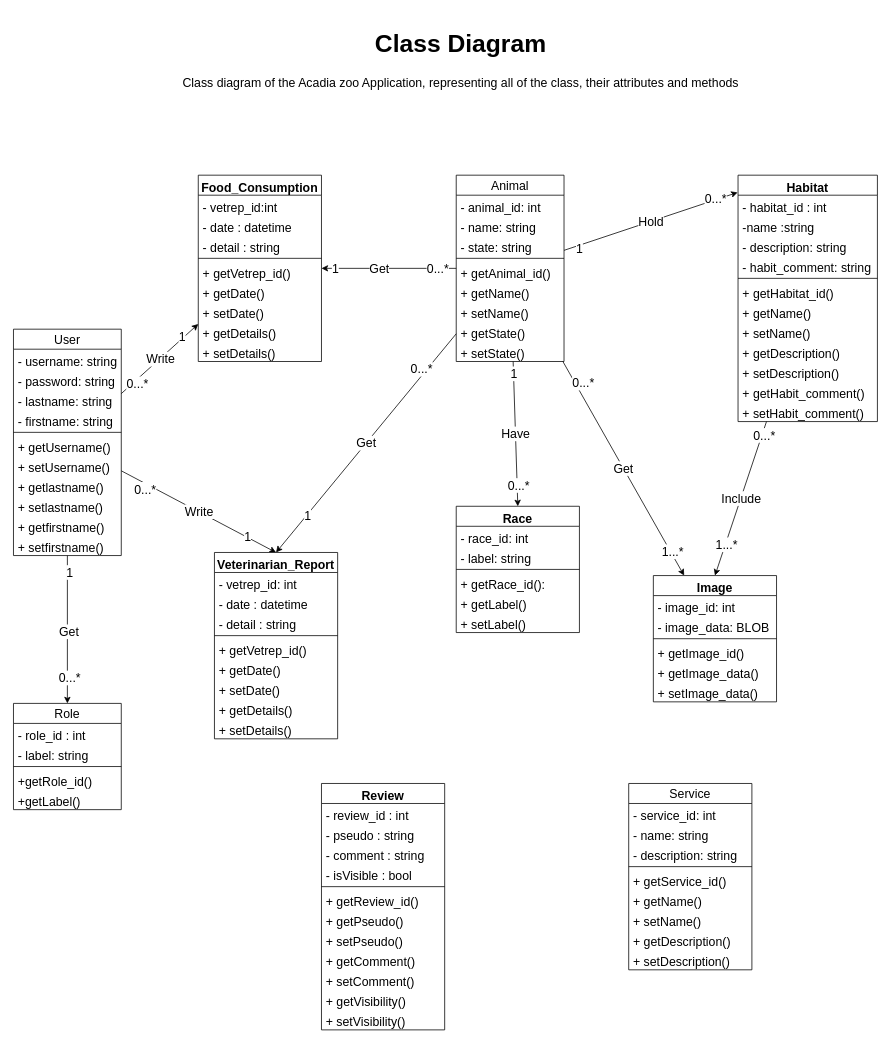
Abdelilah611/my-zoo-web-app keeps this draw.io diagram as .docs/UML/class_diagram.drawio. Above is the earlier version. Source tidied: cells renumbered, new cells numbered last; positions are measured from the earlier drawing's top-left corner, leaving out a move shared by most shapes. Both pictures are drawn from the tidied source at 77%, with x=0, y=0 at pixel (13, 21).
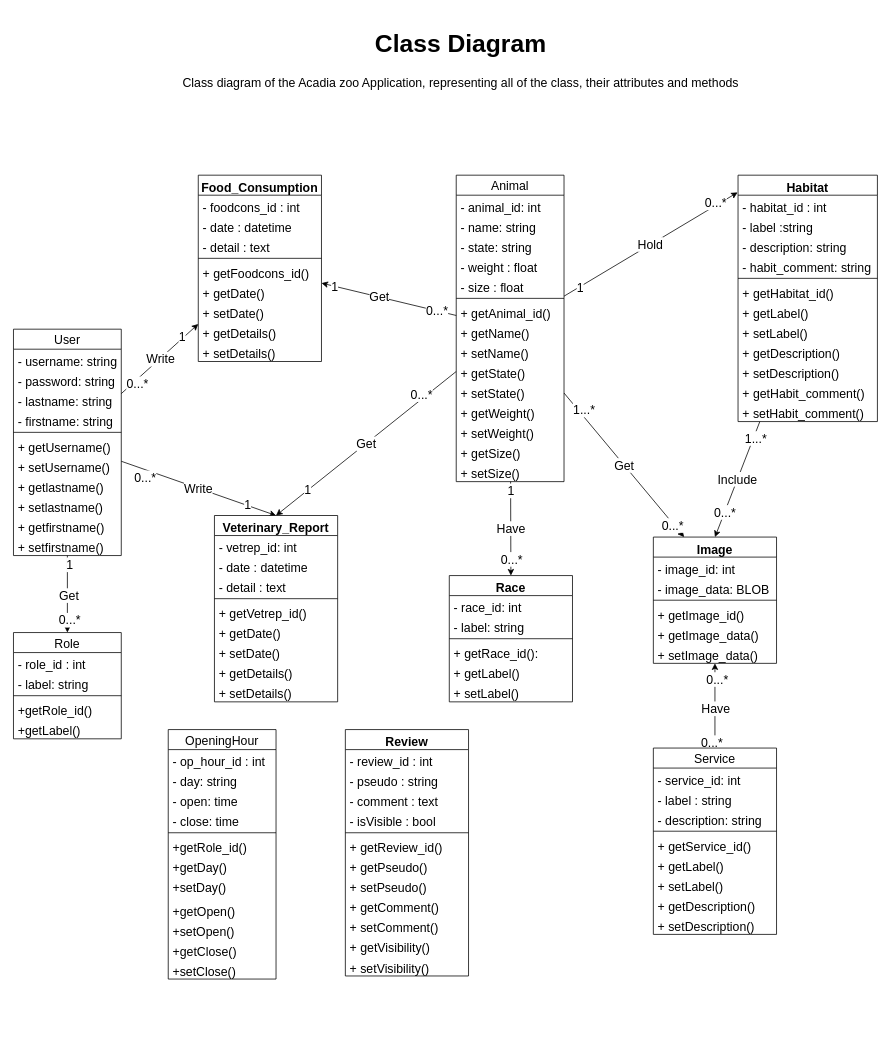
Above is the later version.

Unchanged cells that the change refers to:
```xml
<mxCell id="43" value="Hold" style="edgeStyle=none;html=1;entryX=-0.003;entryY=0.07;entryDx=0;entryDy=0;entryPerimeter=0;fontSize=16;startArrow=none;startFill=0;endArrow=classic;endFill=1;" parent="1" edge="1" source="49" target="79">
  <mxGeometry relative="1" as="geometry" />
</mxCell>
<mxCell id="46" value="Get" style="edgeStyle=none;html=1;entryX=0.25;entryY=0;entryDx=0;entryDy=0;fontSize=16;startArrow=none;startFill=0;endArrow=classic;endFill=1;" parent="1" edge="1" source="49" target="92">
  <mxGeometry relative="1" as="geometry" />
</mxCell>
<mxCell id="76" value="Include" style="edgeStyle=none;html=1;entryX=0.5;entryY=0;entryDx=0;entryDy=0;fontSize=16;startArrow=none;startFill=0;endArrow=classic;endFill=1;" parent="1" edge="1" source="79" target="92">
  <mxGeometry relative="1" as="geometry" />
</mxCell>
<mxCell id="79" value="Habitat" style="swimlane;fontStyle=1;align=center;verticalAlign=top;horizontal=1;startSize=26;fontSize=16;" parent="1" vertex="1">
  <mxGeometry x="941" y="200" width="181" height="320" as="geometry" />
</mxCell>
<mxCell id="115" value="Food_Consumption" style="swimlane;fontStyle=1;align=center;verticalAlign=top;horizontal=1;startSize=26;fontSize=16;" parent="1" vertex="1">
  <mxGeometry x="240" y="200" width="160" height="242" as="geometry" />
</mxCell>
```

The edit, as a diff of the source:
```diff
@@
     <mxCell id="21" value="Role" style="swimlane;fontStyle=0;horizontal=1;startSize=26;fillColor=none;fontSize=16;" parent="1" vertex="1">
-      <mxGeometry y="886" width="140" height="138" as="geometry" />
+      <mxGeometry y="794" width="140" height="138" as="geometry" />
     </mxCell>
@@
+    <mxCell id="130" style="edgeStyle=none;html=1;" parent="1" edge="1" source="27" target="92">
+      <mxGeometry relative="1" as="geometry" />
+    </mxCell>
+    <mxCell id="131" value="&lt;font style=&quot;font-size: 16px;&quot;&gt;Have&lt;/font&gt;" style="edgeLabel;html=1;align=center;verticalAlign=middle;" parent="130" vertex="1">
+      <mxGeometry x="-0.05" relative="1" as="geometry" />
+    </mxCell>
+    <mxCell id="132" value="0...*" style="edgeLabel;html=1;align=center;verticalAlign=middle;fontSize=16;" parent="130" vertex="1">
+      <mxGeometry x="0.64" y="-2" relative="1" as="geometry" />
+    </mxCell>
+    <mxCell id="133" value="0...*" style="edgeLabel;html=1;align=center;verticalAlign=middle;fontSize=16;" parent="130" vertex="1">
+      <mxGeometry x="-0.65" y="2" relative="1" as="geometry">
+        <mxPoint x="-3" y="11" as="offset" />
+      </mxGeometry>
+    </mxCell>
     <mxCell id="27" value="Service" style="swimlane;fontStyle=0;horizontal=1;startSize=26;fillColor=none;fontSize=16;" parent="1" vertex="1">
-      <mxGeometry x="799" y="990" width="160" height="242" as="geometry" />
+      <mxGeometry x="831" y="944" width="160" height="242" as="geometry" />
     </mxCell>
@@
-    <mxCell id="29" value="- name: string" style="text;strokeColor=none;fillColor=none;align=left;verticalAlign=top;spacingLeft=4;spacingRight=4;overflow=hidden;fontSize=16;" parent="27" vertex="1">
+    <mxCell id="29" value="- label : string" style="text;strokeColor=none;fillColor=none;align=left;verticalAlign=top;spacingLeft=4;spacingRight=4;overflow=hidden;fontSize=16;" parent="27" vertex="1">
       <mxGeometry y="52" width="160" height="26" as="geometry" />
     </mxCell>
@@
-    <mxCell id="33" value="+ getName()" style="text;strokeColor=none;fillColor=none;align=left;verticalAlign=top;spacingLeft=4;spacingRight=4;overflow=hidden;fontSize=16;" parent="27" vertex="1">
+    <mxCell id="33" value="+ getLabel()" style="text;strokeColor=none;fillColor=none;align=left;verticalAlign=top;spacingLeft=4;spacingRight=4;overflow=hidden;fontSize=16;" parent="27" vertex="1">
       <mxGeometry y="138" width="160" height="26" as="geometry" />
     </mxCell>
-    <mxCell id="34" value="+ setName()" style="text;strokeColor=none;fillColor=none;align=left;verticalAlign=top;spacingLeft=4;spacingRight=4;overflow=hidden;fontSize=16;" parent="27" vertex="1">
+    <mxCell id="34" value="+ setLabel()" style="text;strokeColor=none;fillColor=none;align=left;verticalAlign=top;spacingLeft=4;spacingRight=4;overflow=hidden;fontSize=16;" parent="27" vertex="1">
       <mxGeometry y="164" width="160" height="26" as="geometry" />
     </mxCell>
@@
     <mxCell id="45" value="1" style="edgeLabel;html=1;align=center;verticalAlign=middle;fontSize=16;" parent="43" vertex="1">
       <mxGeometry x="-0.86" y="-5" relative="1" as="geometry">
-        <mxPoint x="2" y="-3" as="offset" />
+        <mxPoint x="2" y="-7" as="offset" />
       </mxGeometry>
     </mxCell>
@@
-    <mxCell id="47" value="0...*" style="edgeLabel;html=1;align=center;verticalAlign=middle;fontSize=16;" parent="46" vertex="1">
+    <mxCell id="47" value="1...*" style="edgeLabel;html=1;align=center;verticalAlign=middle;fontSize=16;" parent="46" vertex="1">
       <mxGeometry x="-0.89" y="1" relative="1" as="geometry">
         <mxPoint x="16" y="12" as="offset" />
       </mxGeometry>
     </mxCell>
-    <mxCell id="48" value="1...*" style="edgeLabel;html=1;align=center;verticalAlign=middle;fontSize=16;" parent="46" vertex="1">
+    <mxCell id="48" value="0...*" style="edgeLabel;html=1;align=center;verticalAlign=middle;fontSize=16;" parent="46" vertex="1">
       <mxGeometry x="0.66" y="-2" relative="1" as="geometry">
         <mxPoint x="13" y="15" as="offset" />
       </mxGeometry>
     </mxCell>
     <mxCell id="49" value="Animal" style="swimlane;fontStyle=0;horizontal=1;startSize=26;fillColor=none;fontSize=16;" parent="1" vertex="1">
-      <mxGeometry x="575" y="200" width="140" height="242" as="geometry" />
+      <mxGeometry x="575" y="200" width="140" height="398" as="geometry" />
     </mxCell>
@@
+    <mxCell id="134" value="- weight : float" style="text;strokeColor=none;fillColor=none;align=left;verticalAlign=top;spacingLeft=4;spacingRight=4;overflow=hidden;fontSize=16;" parent="49" vertex="1">
+      <mxGeometry y="104" width="140" height="26" as="geometry" />
+    </mxCell>
+    <mxCell id="135" value="- size : float" style="text;strokeColor=none;fillColor=none;align=left;verticalAlign=top;spacingLeft=4;spacingRight=4;overflow=hidden;fontSize=16;" parent="49" vertex="1">
+      <mxGeometry y="130" width="140" height="26" as="geometry" />
+    </mxCell>
     <mxCell id="53" style="line;strokeWidth=1;fillColor=none;align=left;verticalAlign=middle;spacingTop=-1;spacingLeft=3;spacingRight=3;labelPosition=right;strokeColor=inherit;fontSize=16;" parent="49" vertex="1">
-      <mxGeometry y="104" width="140" height="8" as="geometry" />
+      <mxGeometry y="156" width="140" height="8" as="geometry" />
     </mxCell>
     <mxCell id="54" value="+ getAnimal_id()" style="text;strokeColor=none;fillColor=none;align=left;verticalAlign=top;spacingLeft=4;spacingRight=4;overflow=hidden;fontSize=16;" parent="49" vertex="1">
-      <mxGeometry y="112" width="140" height="26" as="geometry" />
+      <mxGeometry y="164" width="140" height="26" as="geometry" />
     </mxCell>
     <mxCell id="55" value="+ getName()" style="text;strokeColor=none;fillColor=none;align=left;verticalAlign=top;spacingLeft=4;spacingRight=4;overflow=hidden;fontSize=16;" parent="49" vertex="1">
-      <mxGeometry y="138" width="140" height="26" as="geometry" />
+      <mxGeometry y="190" width="140" height="26" as="geometry" />
     </mxCell>
     <mxCell id="56" value="+ setName()" style="text;strokeColor=none;fillColor=none;align=left;verticalAlign=top;spacingLeft=4;spacingRight=4;overflow=hidden;fontSize=16;" parent="49" vertex="1">
-      <mxGeometry y="164" width="140" height="26" as="geometry" />
+      <mxGeometry y="216" width="140" height="26" as="geometry" />
     </mxCell>
     <mxCell id="57" value="+ getState()" style="text;strokeColor=none;fillColor=none;align=left;verticalAlign=top;spacingLeft=4;spacingRight=4;overflow=hidden;fontSize=16;" parent="49" vertex="1">
-      <mxGeometry y="190" width="140" height="26" as="geometry" />
+      <mxGeometry y="242" width="140" height="26" as="geometry" />
     </mxCell>
     <mxCell id="58" value="+ setState()" style="text;strokeColor=none;fillColor=none;align=left;verticalAlign=top;spacingLeft=4;spacingRight=4;overflow=hidden;fontSize=16;" parent="49" vertex="1">
-      <mxGeometry y="216" width="140" height="26" as="geometry" />
+      <mxGeometry y="268" width="140" height="26" as="geometry" />
     </mxCell>
+    <mxCell id="136" value="+ getWeight()" style="text;strokeColor=none;fillColor=none;align=left;verticalAlign=top;spacingLeft=4;spacingRight=4;overflow=hidden;fontSize=16;" parent="49" vertex="1">
+      <mxGeometry y="294" width="140" height="26" as="geometry" />
+    </mxCell>
+    <mxCell id="137" value="+ setWeight()" style="text;strokeColor=none;fillColor=none;align=left;verticalAlign=top;spacingLeft=4;spacingRight=4;overflow=hidden;fontSize=16;" parent="49" vertex="1">
+      <mxGeometry y="320" width="140" height="26" as="geometry" />
+    </mxCell>
+    <mxCell id="138" value="+ getSize()" style="text;strokeColor=none;fillColor=none;align=left;verticalAlign=top;spacingLeft=4;spacingRight=4;overflow=hidden;fontSize=16;" parent="49" vertex="1">
+      <mxGeometry y="346" width="140" height="26" as="geometry" />
+    </mxCell>
+    <mxCell id="139" value="+ setSize()" style="text;strokeColor=none;fillColor=none;align=left;verticalAlign=top;spacingLeft=4;spacingRight=4;overflow=hidden;fontSize=16;" parent="49" vertex="1">
+      <mxGeometry y="372" width="140" height="26" as="geometry" />
+    </mxCell>
-    <mxCell id="59" value="Veterinarian_Report" style="swimlane;fontStyle=1;align=center;verticalAlign=top;horizontal=1;startSize=26;fontSize=16;" parent="1" vertex="1">
-      <mxGeometry x="261" y="690" width="160" height="242" as="geometry" />
+    <mxCell id="59" value="Veterinary_Report" style="swimlane;fontStyle=1;align=center;verticalAlign=top;horizontal=1;startSize=26;fontSize=16;" parent="1" vertex="1">
+      <mxGeometry x="261" y="642" width="160" height="242" as="geometry" />
     </mxCell>
@@
-    <mxCell id="62" value="- detail : string" style="text;strokeColor=none;fillColor=none;align=left;verticalAlign=top;spacingLeft=4;spacingRight=4;overflow=hidden;fontSize=16;" parent="59" vertex="1">
+    <mxCell id="62" value="- detail : text" style="text;strokeColor=none;fillColor=none;align=left;verticalAlign=top;spacingLeft=4;spacingRight=4;overflow=hidden;fontSize=16;" parent="59" vertex="1">
       <mxGeometry y="78" width="160" height="26" as="geometry" />
     </mxCell>
@@
     <mxCell id="69" value="Race" style="swimlane;fontStyle=1;align=center;verticalAlign=top;horizontal=1;startSize=26;fontSize=16;" parent="1" vertex="1">
-      <mxGeometry x="575" y="630" width="160" height="164" as="geometry" />
+      <mxGeometry x="566" y="720" width="160" height="164" as="geometry" />
     </mxCell>
@@
-    <mxCell id="77" value="1...*" style="edgeLabel;html=1;align=center;verticalAlign=middle;fontSize=16;" parent="76" vertex="1">
+    <mxCell id="77" value="0...*" style="edgeLabel;html=1;align=center;verticalAlign=middle;fontSize=16;" parent="76" vertex="1">
       <mxGeometry x="0.7" y="-1" relative="1" as="geometry">
         <mxPoint x="5" y="-10" as="offset" />
       </mxGeometry>
     </mxCell>
-    <mxCell id="78" value="0...*" style="edgeLabel;html=1;align=center;verticalAlign=middle;fontSize=16;" parent="76" vertex="1">
-      <mxGeometry x="-0.83" y="2" relative="1" as="geometry" />
+    <mxCell id="78" value="1...*" style="edgeLabel;html=1;align=center;verticalAlign=middle;fontSize=16;" parent="76" vertex="1">
+      <mxGeometry x="-0.83" y="2" relative="1" as="geometry">
+        <mxPoint x="-3" y="8" as="offset" />
+      </mxGeometry>
     </mxCell>
@@
-    <mxCell id="81" value="-name :string" style="text;strokeColor=none;fillColor=none;align=left;verticalAlign=top;spacingLeft=4;spacingRight=4;overflow=hidden;fontSize=16;" parent="79" vertex="1">
+    <mxCell id="81" value="- label :string" style="text;strokeColor=none;fillColor=none;align=left;verticalAlign=top;spacingLeft=4;spacingRight=4;overflow=hidden;fontSize=16;" parent="79" vertex="1">
       <mxGeometry y="52" width="181" height="26" as="geometry" />
     </mxCell>
@@
-    <mxCell id="86" value="+ getName()" style="text;strokeColor=none;fillColor=none;align=left;verticalAlign=top;spacingLeft=4;spacingRight=4;overflow=hidden;fontSize=16;" parent="79" vertex="1">
+    <mxCell id="86" value="+ getLabel()" style="text;strokeColor=none;fillColor=none;align=left;verticalAlign=top;spacingLeft=4;spacingRight=4;overflow=hidden;fontSize=16;" parent="79" vertex="1">
       <mxGeometry y="164" width="181" height="26" as="geometry" />
     </mxCell>
-    <mxCell id="87" value="+ setName()" style="text;strokeColor=none;fillColor=none;align=left;verticalAlign=top;spacingLeft=4;spacingRight=4;overflow=hidden;fontSize=16;" parent="79" vertex="1">
+    <mxCell id="87" value="+ setLabel()" style="text;strokeColor=none;fillColor=none;align=left;verticalAlign=top;spacingLeft=4;spacingRight=4;overflow=hidden;fontSize=16;" parent="79" vertex="1">
       <mxGeometry y="190" width="181" height="26" as="geometry" />
     </mxCell>
@@
     <mxCell id="92" value="Image" style="swimlane;fontStyle=1;align=center;verticalAlign=top;horizontal=1;startSize=26;fontSize=16;" parent="1" vertex="1">
-      <mxGeometry x="831" y="720" width="160" height="164" as="geometry" />
+      <mxGeometry x="831" y="670" width="160" height="164" as="geometry" />
     </mxCell>
@@
     <mxCell id="99" value="Review" style="swimlane;fontStyle=1;align=center;verticalAlign=top;horizontal=1;startSize=26;fontSize=16;" parent="1" vertex="1">
-      <mxGeometry x="400" y="990" width="160" height="320" as="geometry" />
+      <mxGeometry x="431" y="920" width="160" height="320" as="geometry" />
     </mxCell>
@@
-    <mxCell id="102" value="- comment : string" style="text;strokeColor=none;fillColor=none;align=left;verticalAlign=top;spacingLeft=4;spacingRight=4;overflow=hidden;fontSize=16;" parent="99" vertex="1">
+    <mxCell id="102" value="- comment : text" style="text;strokeColor=none;fillColor=none;align=left;verticalAlign=top;spacingLeft=4;spacingRight=4;overflow=hidden;fontSize=16;" parent="99" vertex="1">
       <mxGeometry y="78" width="160" height="26" as="geometry" />
     </mxCell>
@@
-    <mxCell id="116" value="- vetrep_id:int" style="text;strokeColor=none;fillColor=none;align=left;verticalAlign=top;spacingLeft=4;spacingRight=4;overflow=hidden;fontSize=16;" parent="115" vertex="1">
+    <mxCell id="116" value="- foodcons_id : int" style="text;strokeColor=none;fillColor=none;align=left;verticalAlign=top;spacingLeft=4;spacingRight=4;overflow=hidden;fontSize=16;" parent="115" vertex="1">
       <mxGeometry y="26" width="160" height="26" as="geometry" />
     </mxCell>
@@
-    <mxCell id="118" value="- detail : string" style="text;strokeColor=none;fillColor=none;align=left;verticalAlign=top;spacingLeft=4;spacingRight=4;overflow=hidden;fontSize=16;" parent="115" vertex="1">
+    <mxCell id="118" value="- detail : text" style="text;strokeColor=none;fillColor=none;align=left;verticalAlign=top;spacingLeft=4;spacingRight=4;overflow=hidden;fontSize=16;" parent="115" vertex="1">
       <mxGeometry y="78" width="160" height="26" as="geometry" />
     </mxCell>
@@
-    <mxCell id="120" value="+ getVetrep_id()" style="text;strokeColor=none;fillColor=none;align=left;verticalAlign=top;spacingLeft=4;spacingRight=4;overflow=hidden;fontSize=16;" parent="115" vertex="1">
+    <mxCell id="120" value="+ getFoodcons_id()" style="text;strokeColor=none;fillColor=none;align=left;verticalAlign=top;spacingLeft=4;spacingRight=4;overflow=hidden;fontSize=16;" parent="115" vertex="1">
       <mxGeometry y="112" width="160" height="26" as="geometry" />
     </mxCell>
@@
+    <mxCell id="140" value="OpeningHour" style="swimlane;fontStyle=0;horizontal=1;startSize=26;fillColor=none;fontSize=16;" parent="1" vertex="1">
+      <mxGeometry x="201" y="920" width="140" height="324" as="geometry" />
+    </mxCell>
+    <mxCell id="141" value="- op_hour_id : int" style="text;strokeColor=none;fillColor=none;align=left;verticalAlign=top;spacingLeft=4;spacingRight=4;overflow=hidden;fontSize=16;" parent="140" vertex="1">
+      <mxGeometry y="26" width="140" height="26" as="geometry" />
+    </mxCell>
+    <mxCell id="142" value="- day: string" style="text;strokeColor=none;fillColor=none;align=left;verticalAlign=top;spacingLeft=4;spacingRight=4;overflow=hidden;fontSize=16;" parent="140" vertex="1">
+      <mxGeometry y="52" width="140" height="26" as="geometry" />
+    </mxCell>
+    <mxCell id="143" value="- open: time" style="text;strokeColor=none;fillColor=none;align=left;verticalAlign=top;spacingLeft=4;spacingRight=4;overflow=hidden;fontSize=16;" parent="140" vertex="1">
+      <mxGeometry y="78" width="140" height="26" as="geometry" />
+    </mxCell>
+    <mxCell id="144" value="- close: time" style="text;strokeColor=none;fillColor=none;align=left;verticalAlign=top;spacingLeft=4;spacingRight=4;overflow=hidden;fontSize=16;" parent="140" vertex="1">
+      <mxGeometry y="104" width="140" height="26" as="geometry" />
+    </mxCell>
+    <mxCell id="145" style="line;strokeWidth=1;fillColor=none;align=left;verticalAlign=middle;spacingTop=-1;spacingLeft=3;spacingRight=3;labelPosition=right;strokeColor=inherit;fontSize=16;" parent="140" vertex="1">
+      <mxGeometry y="130" width="140" height="8" as="geometry" />
+    </mxCell>
+    <mxCell id="146" value="+getRole_id()" style="text;strokeColor=none;fillColor=none;align=left;verticalAlign=top;spacingLeft=4;spacingRight=4;overflow=hidden;fontSize=16;" parent="140" vertex="1">
+      <mxGeometry y="138" width="140" height="26" as="geometry" />
+    </mxCell>
+    <mxCell id="147" value="+getDay()" style="text;strokeColor=none;fillColor=none;align=left;verticalAlign=top;spacingLeft=4;spacingRight=4;overflow=hidden;fontSize=16;" parent="140" vertex="1">
+      <mxGeometry y="164" width="140" height="26" as="geometry" />
+    </mxCell>
+    <mxCell id="148" value="+setDay()" style="text;strokeColor=none;fillColor=none;align=left;verticalAlign=top;spacingLeft=4;spacingRight=4;overflow=hidden;fontSize=16;" parent="140" vertex="1">
+      <mxGeometry y="190" width="140" height="30" as="geometry" />
+    </mxCell>
+    <mxCell id="149" value="+getOpen()" style="text;strokeColor=none;fillColor=none;align=left;verticalAlign=top;spacingLeft=4;spacingRight=4;overflow=hidden;fontSize=16;" parent="140" vertex="1">
+      <mxGeometry y="220" width="140" height="26" as="geometry" />
+    </mxCell>
+    <mxCell id="150" value="+setOpen()" style="text;strokeColor=none;fillColor=none;align=left;verticalAlign=top;spacingLeft=4;spacingRight=4;overflow=hidden;fontSize=16;" parent="140" vertex="1">
+      <mxGeometry y="246" width="140" height="26" as="geometry" />
+    </mxCell>
+    <mxCell id="151" value="+getClose()" style="text;strokeColor=none;fillColor=none;align=left;verticalAlign=top;spacingLeft=4;spacingRight=4;overflow=hidden;fontSize=16;" parent="140" vertex="1">
+      <mxGeometry y="272" width="140" height="26" as="geometry" />
+    </mxCell>
+    <mxCell id="152" value="+setClose()" style="text;strokeColor=none;fillColor=none;align=left;verticalAlign=top;spacingLeft=4;spacingRight=4;overflow=hidden;fontSize=16;" parent="140" vertex="1">
+      <mxGeometry y="298" width="140" height="26" as="geometry" />
+    </mxCell>
```
